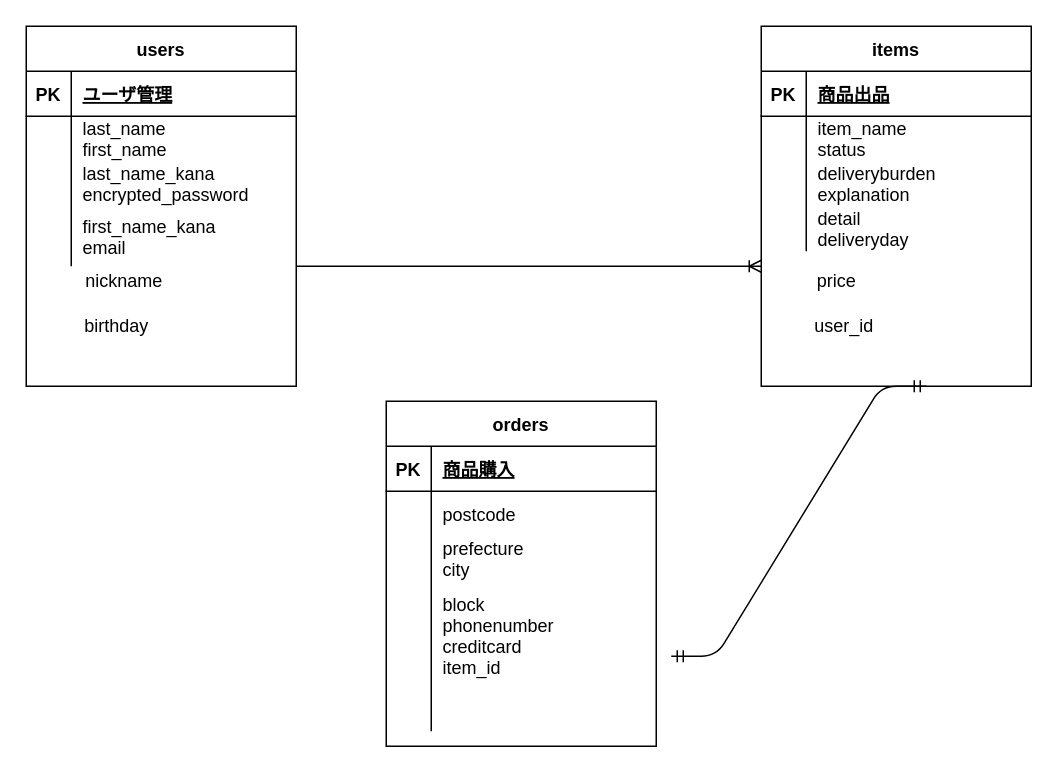
This is ER図.dio from sakaki38/furima-36023, a draw.io file, before an edit. Source tidied: cells renumbered, new cells numbered last; positions are measured from the earlier drawing's top-left corner, leaving out a move shared by most shapes. Both pictures are drawn from the tidied source at 150%, with x=0, y=0 at pixel (26, 26).
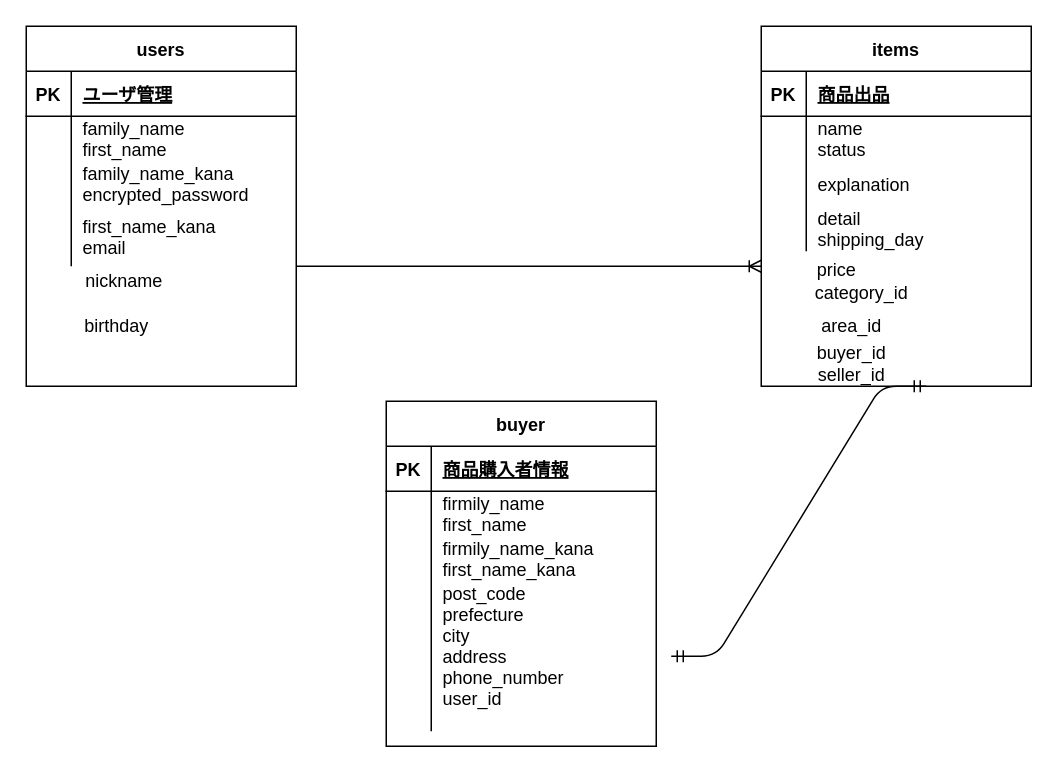
The same page after the edit.

The change refers to these unchanged cells:
```xml
<mxCell id="6" style="shape=partialRectangle;fillColor=none;top=0;left=0;bottom=0;right=0;" parent="2" vertex="1">
  <mxGeometry y="60" width="180" height="30" as="geometry" />
</mxCell>
<mxCell id="9" style="shape=partialRectangle;fillColor=none;top=0;left=0;bottom=0;right=0;" parent="2" vertex="1">
  <mxGeometry y="90" width="180" height="30" as="geometry" />
</mxCell>
<mxCell id="16" style="shape=partialRectangle;fillColor=none;top=0;left=0;bottom=1;right=0;" parent="15" vertex="1">
  <mxGeometry y="30" width="180" height="30" as="geometry" />
</mxCell>
<mxCell id="19" style="shape=partialRectangle;fillColor=none;top=0;left=0;bottom=0;right=0;" parent="15" vertex="1">
  <mxGeometry y="60" width="180" height="30" as="geometry" />
</mxCell>
<mxCell id="22" style="shape=partialRectangle;fillColor=none;top=0;left=0;bottom=0;right=0;" parent="15" vertex="1">
  <mxGeometry y="90" width="180" height="30" as="geometry" />
</mxCell>
<mxCell id="25" style="shape=partialRectangle;fillColor=none;top=0;left=0;bottom=0;right=0;" parent="15" vertex="1">
  <mxGeometry y="120" width="180" height="100" as="geometry" />
</mxCell>
<mxCell id="32" style="shape=partialRectangle;fillColor=none;top=0;left=0;bottom=0;right=0;" parent="28" vertex="1">
  <mxGeometry y="60" width="180" height="30" as="geometry" />
</mxCell>
<mxCell id="35" style="shape=partialRectangle;fillColor=none;top=0;left=0;bottom=0;right=0;" parent="28" vertex="1">
  <mxGeometry y="90" width="180" height="30" as="geometry" />
</mxCell>
<mxCell id="38" style="shape=partialRectangle;fillColor=none;top=0;left=0;bottom=0;right=0;" parent="28" vertex="1">
  <mxGeometry y="120" width="180" height="30" as="geometry" />
</mxCell>
```

What changed in the source:
```diff
@@
-    <mxCell id="8" value="last_name&#10;first_name" style="shape=partialRectangle;fillColor=none;top=0;left=0;bottom=0;right=0;align=left;spacingLeft=6;overflow=hidden;" parent="6" vertex="1">
+    <mxCell id="8" value="family_name&#10;first_name" style="shape=partialRectangle;fillColor=none;top=0;left=0;bottom=0;right=0;align=left;spacingLeft=6;overflow=hidden;" parent="6" vertex="1">
       <mxGeometry x="30" width="150" height="30" as="geometry" />
     </mxCell>
@@
-    <mxCell id="11" value="last_name_kana&#10;encrypted_password" style="shape=partialRectangle;fillColor=none;top=0;left=0;bottom=0;right=0;align=left;spacingLeft=6;overflow=hidden;" parent="9" vertex="1">
+    <mxCell id="11" value="family_name_kana&#10;encrypted_password" style="shape=partialRectangle;fillColor=none;top=0;left=0;bottom=0;right=0;align=left;spacingLeft=6;overflow=hidden;" parent="9" vertex="1">
       <mxGeometry x="30" width="150" height="30" as="geometry" />
     </mxCell>
@@
-    <mxCell id="15" value="orders" style="shape=table;startSize=30;childLayout=tableLayout;rowLines=0;fontStyle=1;align=center;" parent="1" vertex="1">
+    <mxCell id="15" value="buyer" style="shape=table;startSize=30;childLayout=tableLayout;rowLines=0;fontStyle=1;align=center;" parent="1" vertex="1">
       <mxGeometry x="240" y="250" width="180" height="230" as="geometry" />
     </mxCell>
@@
-    <mxCell id="18" value="商品購入" style="shape=partialRectangle;fillColor=none;top=0;left=0;bottom=0;right=0;align=left;spacingLeft=6;fontStyle=5;overflow=hidden;" parent="16" vertex="1">
+    <mxCell id="18" value="商品購入者情報" style="shape=partialRectangle;fillColor=none;top=0;left=0;bottom=0;right=0;align=left;spacingLeft=6;fontStyle=5;overflow=hidden;" parent="16" vertex="1">
       <mxGeometry x="30" width="150" height="30" as="geometry" />
     </mxCell>
@@
-    <mxCell id="21" value="postcode" style="shape=partialRectangle;fillColor=none;top=0;left=0;bottom=0;right=0;align=left;spacingLeft=6;overflow=hidden;" parent="19" vertex="1">
+    <mxCell id="21" value="firmily_name&#10;first_name" style="shape=partialRectangle;fillColor=none;top=0;left=0;bottom=0;right=0;align=left;spacingLeft=6;overflow=hidden;" parent="19" vertex="1">
       <mxGeometry x="30" width="150" height="30" as="geometry" />
     </mxCell>
@@
-    <mxCell id="24" value="prefecture&#10;city" style="shape=partialRectangle;fillColor=none;top=0;left=0;bottom=0;right=0;align=left;spacingLeft=6;overflow=hidden;" parent="22" vertex="1">
+    <mxCell id="24" value="firmily_name_kana&#10;first_name_kana" style="shape=partialRectangle;fillColor=none;top=0;left=0;bottom=0;right=0;align=left;spacingLeft=6;overflow=hidden;" parent="22" vertex="1">
       <mxGeometry x="30" width="150" height="30" as="geometry" />
     </mxCell>
@@
-    <mxCell id="27" value="block&#10;phonenumber&#10;creditcard&#10;item_id&#10;&#10;" style="shape=partialRectangle;fillColor=none;top=0;left=0;bottom=0;right=0;align=left;spacingLeft=6;overflow=hidden;" parent="25" vertex="1">
+    <mxCell id="27" value="post_code&#10;prefecture&#10;city&#10;address&#10;phone_number&#10;user_id&#10;" style="shape=partialRectangle;fillColor=none;top=0;left=0;bottom=0;right=0;align=left;spacingLeft=6;overflow=hidden;" parent="25" vertex="1">
       <mxGeometry x="30" width="150" height="100" as="geometry" />
     </mxCell>
@@
-    <mxCell id="34" value="item_name&#10;status" style="shape=partialRectangle;fillColor=none;top=0;left=0;bottom=0;right=0;align=left;spacingLeft=6;overflow=hidden;" parent="32" vertex="1">
+    <mxCell id="34" value="name&#10;status" style="shape=partialRectangle;fillColor=none;top=0;left=0;bottom=0;right=0;align=left;spacingLeft=6;overflow=hidden;" parent="32" vertex="1">
       <mxGeometry x="30" width="150" height="30" as="geometry" />
     </mxCell>
@@
-    <mxCell id="37" value="deliveryburden&#10;explanation" style="shape=partialRectangle;fillColor=none;top=0;left=0;bottom=0;right=0;align=left;spacingLeft=6;overflow=hidden;" parent="35" vertex="1">
+    <mxCell id="37" value="explanation" style="shape=partialRectangle;fillColor=none;top=0;left=0;bottom=0;right=0;align=left;spacingLeft=6;overflow=hidden;" parent="35" vertex="1">
       <mxGeometry x="30" width="150" height="30" as="geometry" />
     </mxCell>
@@
-    <mxCell id="40" value="detail&#10;deliveryday" style="shape=partialRectangle;fillColor=none;top=0;left=0;bottom=0;right=0;align=left;spacingLeft=6;overflow=hidden;" parent="38" vertex="1">
+    <mxCell id="40" value="detail&#10;shipping_day" style="shape=partialRectangle;fillColor=none;top=0;left=0;bottom=0;right=0;align=left;spacingLeft=6;overflow=hidden;" parent="38" vertex="1">
       <mxGeometry x="30" width="150" height="30" as="geometry" />
     </mxCell>
@@
-    <mxCell id="43" value="price" style="text;html=1;align=center;verticalAlign=middle;strokeColor=none;" parent="1" vertex="1">
-      <mxGeometry x="520" y="160" width="40" height="20" as="geometry" />
+    <mxCell id="43" value="price&lt;br&gt;&amp;nbsp; &amp;nbsp; &amp;nbsp; &amp;nbsp; &amp;nbsp; category_id&lt;br&gt;" style="text;html=1;align=center;verticalAlign=middle;strokeColor=none;" parent="1" vertex="1">
+      <mxGeometry x="485" y="155" width="110" height="30" as="geometry" />
     </mxCell>
-    <mxCell id="44" value="user_id" style="text;html=1;align=center;verticalAlign=middle;strokeColor=none;" parent="1" vertex="1">
-      <mxGeometry x="520" y="190" width="50" height="20" as="geometry" />
-    </mxCell>
@@
+    <mxCell id="47" value="area_id" style="text;html=1;align=center;verticalAlign=middle;strokeColor=none;" parent="1" vertex="1">
+      <mxGeometry x="520" y="190" width="60" height="20" as="geometry" />
+    </mxCell>
+    <mxCell id="48" value="buyer_id&lt;br&gt;seller_id" style="text;html=1;align=center;verticalAlign=middle;strokeColor=none;" parent="1" vertex="1">
+      <mxGeometry x="520" y="210" width="60" height="30" as="geometry" />
+    </mxCell>
```
